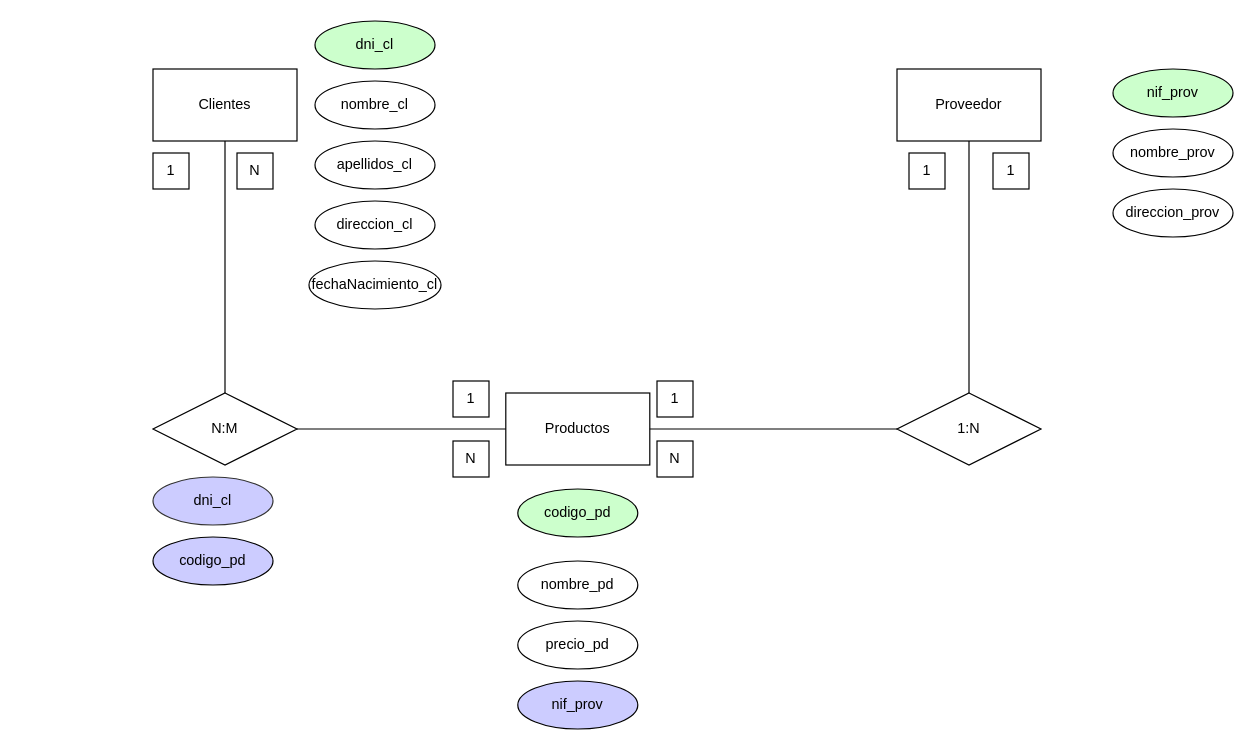
Before: ejercicio1.drawio in SrWeel/DRAWIO, a draw.io diagram. Source tidied: cells renumbered, new cells numbered last; positions are measured from the earlier drawing's top-left corner, leaving out a move shared by most shapes. Both pictures are drawn from the tidied source at 120%, with x=0, y=0 at pixel (152, 20).
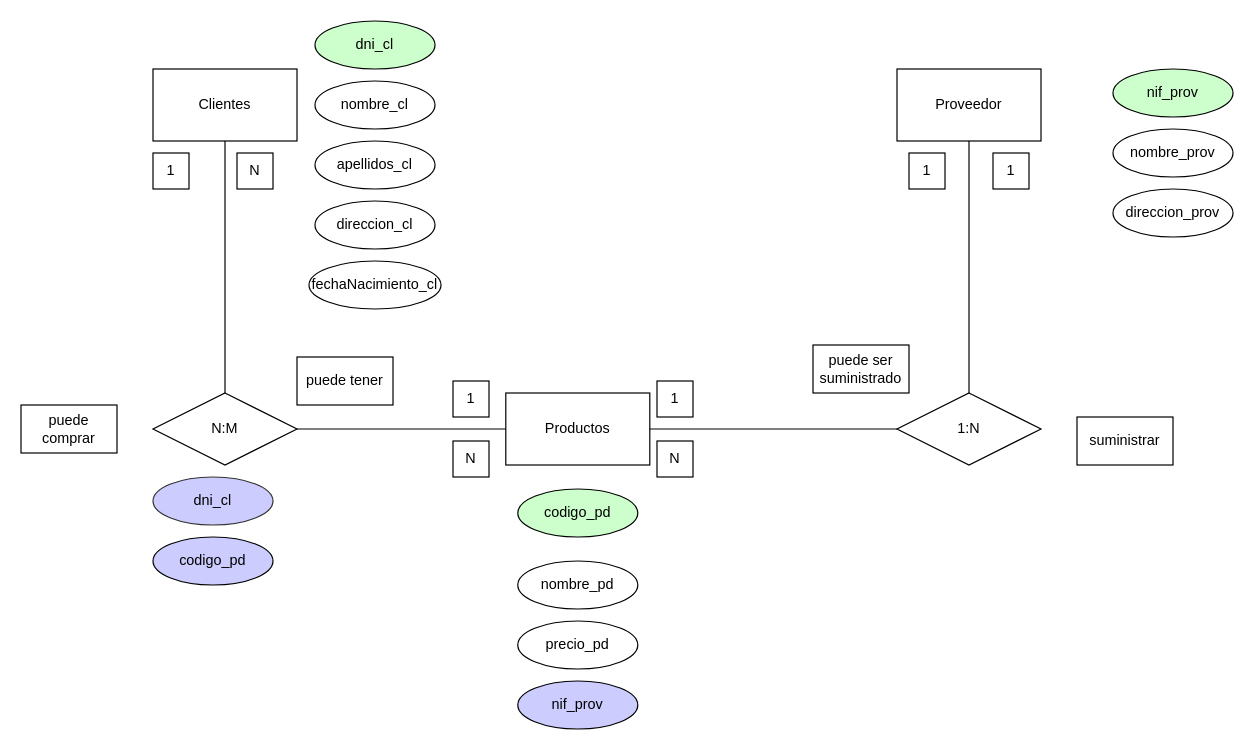
After the change.

Change to the diagram source:
```diff
@@
+    <mxCell id="33" value="puede comprar" style="rounded=0;whiteSpace=wrap;html=1;" parent="1" vertex="1">
+      <mxGeometry x="-110" y="320" width="80" height="40" as="geometry" />
+    </mxCell>
+    <mxCell id="34" value="puede tener" style="rounded=0;whiteSpace=wrap;html=1;" parent="1" vertex="1">
+      <mxGeometry x="120" y="280" width="80" height="40" as="geometry" />
+    </mxCell>
+    <mxCell id="35" value="suministrar" style="rounded=0;whiteSpace=wrap;html=1;" parent="1" vertex="1">
+      <mxGeometry x="770" y="330" width="80" height="40" as="geometry" />
+    </mxCell>
+    <mxCell id="36" value="puede ser suministrado" style="rounded=0;whiteSpace=wrap;html=1;" parent="1" vertex="1">
+      <mxGeometry x="550" y="270" width="80" height="40" as="geometry" />
+    </mxCell>
```
